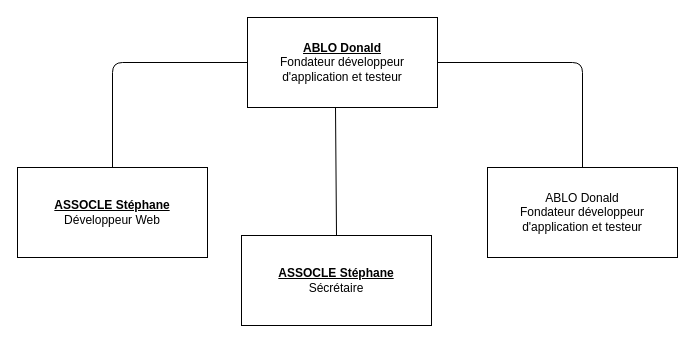
Earlier version of the draw.io diagram page "Organigramme de LPT" (5 of 5) of uml-use_case_diagram.drawio (devalade/ilewemi). Source tidied: cells renumbered, new cells numbered last; positions are measured from the earlier drawing's top-left corner, leaving out a move shared by most shapes. Both pictures are drawn from the tidied source at 100%, with x=0, y=0 at pixel (17, 17).
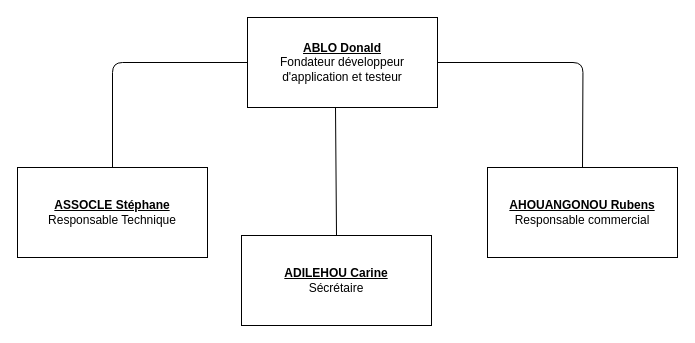
Above is the later version.

Diff of the diagram source:
```diff
@@
 <mxGraphModel>
   <root>
     <mxCell id="0" />
     <mxCell id="1" parent="0" />
     <mxCell id="2" style="edgeStyle=orthogonalEdgeStyle;html=1;entryX=0.5;entryY=0;entryDx=0;entryDy=0;endArrow=none;endFill=0;" parent="1" edge="1" source="5" target="6">
       <mxGeometry relative="1" as="geometry" />
     </mxCell>
-    <mxCell id="3" style="edgeStyle=orthogonalEdgeStyle;html=1;entryX=0.5;entryY=0;entryDx=0;entryDy=0;endArrow=none;endFill=0;" parent="1" edge="1" source="5" target="7">
-      <mxGeometry relative="1" as="geometry" />
+    <mxCell id="3" style="edgeStyle=orthogonalEdgeStyle;html=1;entryX=0.5;entryY=0;entryDx=0;entryDy=0;endArrow=none;endFill=0;" parent="1" edge="1" source="5">
+      <mxGeometry relative="1" as="geometry">
+        <mxPoint x="565" y="150" as="targetPoint" />
+      </mxGeometry>
     </mxCell>
     <mxCell id="4" style="html=1;endArrow=none;endFill=0;entryX=0.5;entryY=0;entryDx=0;entryDy=0;" parent="1" edge="1" target="8">
       <mxGeometry relative="1" as="geometry">
         <mxPoint x="318" y="90" as="sourcePoint" />
       </mxGeometry>
     </mxCell>
     <mxCell id="5" value="&lt;u&gt;&lt;b&gt;ABLO Donald&lt;br&gt;&lt;/b&gt;&lt;/u&gt;Fondateur développeur d'application et testeur" style="whiteSpace=wrap;html=1;align=center;newEdgeStyle={&quot;edgeStyle&quot;:&quot;elbowEdgeStyle&quot;,&quot;startArrow&quot;:&quot;none&quot;,&quot;endArrow&quot;:&quot;none&quot;};" parent="1" vertex="1">
       <mxGeometry x="230" width="190" height="90" as="geometry" />
     </mxCell>
-    <mxCell id="6" value="&lt;b&gt;&lt;u&gt;ASSOCLE Stéphane&lt;/u&gt;&lt;/b&gt;&lt;br&gt;Développeur Web" style="whiteSpace=wrap;html=1;align=center;newEdgeStyle={&quot;edgeStyle&quot;:&quot;elbowEdgeStyle&quot;,&quot;startArrow&quot;:&quot;none&quot;,&quot;endArrow&quot;:&quot;none&quot;};" parent="1" vertex="1">
+    <mxCell id="6" value="&lt;b&gt;&lt;u&gt;ASSOCLE Stéphane&lt;/u&gt;&lt;/b&gt;&lt;br&gt;Responsable Technique" style="whiteSpace=wrap;html=1;align=center;newEdgeStyle={&quot;edgeStyle&quot;:&quot;elbowEdgeStyle&quot;,&quot;startArrow&quot;:&quot;none&quot;,&quot;endArrow&quot;:&quot;none&quot;};" parent="1" vertex="1">
       <mxGeometry y="150" width="190" height="90" as="geometry" />
     </mxCell>
-    <mxCell id="7" value="ABLO Donald&lt;br&gt;Fondateur développeur d'application et testeur" style="whiteSpace=wrap;html=1;align=center;newEdgeStyle={&quot;edgeStyle&quot;:&quot;elbowEdgeStyle&quot;,&quot;startArrow&quot;:&quot;none&quot;,&quot;endArrow&quot;:&quot;none&quot;};" parent="1" vertex="1">
-      <mxGeometry x="470" y="150" width="190" height="90" as="geometry" />
-    </mxCell>
-    <mxCell id="8" value="&lt;b&gt;&lt;u&gt;ASSOCLE Stéphane&lt;/u&gt;&lt;/b&gt;&lt;br&gt;Sécrétaire" style="whiteSpace=wrap;html=1;align=center;newEdgeStyle={&quot;edgeStyle&quot;:&quot;elbowEdgeStyle&quot;,&quot;startArrow&quot;:&quot;none&quot;,&quot;endArrow&quot;:&quot;none&quot;};" parent="1" vertex="1">
+    <mxCell id="8" value="&lt;b&gt;&lt;u&gt;ADILEHOU Carine&lt;/u&gt;&lt;/b&gt;&lt;br&gt;Sécrétaire" style="whiteSpace=wrap;html=1;align=center;newEdgeStyle={&quot;edgeStyle&quot;:&quot;elbowEdgeStyle&quot;,&quot;startArrow&quot;:&quot;none&quot;,&quot;endArrow&quot;:&quot;none&quot;};" parent="1" vertex="1">
       <mxGeometry x="224" y="218" width="190" height="90" as="geometry" />
     </mxCell>
+    <mxCell id="9" value="&lt;b&gt;&lt;u&gt;AHOUANGONOU Rubens&lt;/u&gt;&lt;/b&gt;&lt;br&gt;Responsable commercial" style="whiteSpace=wrap;html=1;align=center;newEdgeStyle={&quot;edgeStyle&quot;:&quot;elbowEdgeStyle&quot;,&quot;startArrow&quot;:&quot;none&quot;,&quot;endArrow&quot;:&quot;none&quot;};" parent="1" vertex="1">
+      <mxGeometry x="470" y="150" width="190" height="90" as="geometry" />
+    </mxCell>
   </root>
 </mxGraphModel>
```
